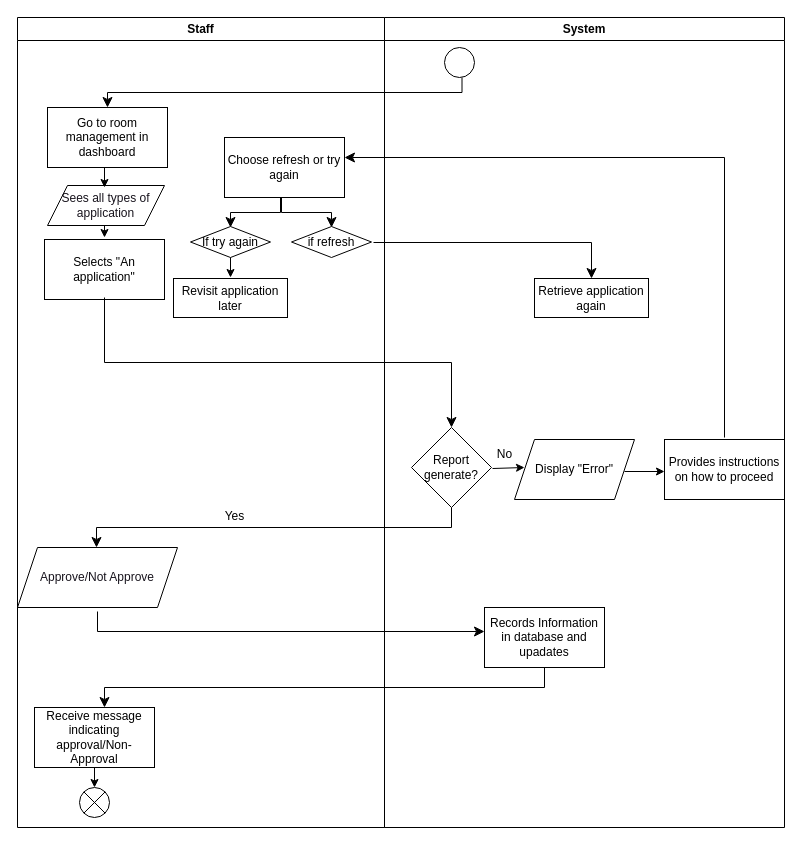
Above: project/drawio/stakeholder/activity diagram/uc15.drawio in drshahizan/software-engineering (draw.io), before the change. Source tidied: cells renumbered, new cells numbered last; positions are measured from the earlier drawing's top-left corner, leaving out a move shared by most shapes. Both pictures are drawn from the tidied source at 100%, with x=0, y=0 at pixel (17, 17).
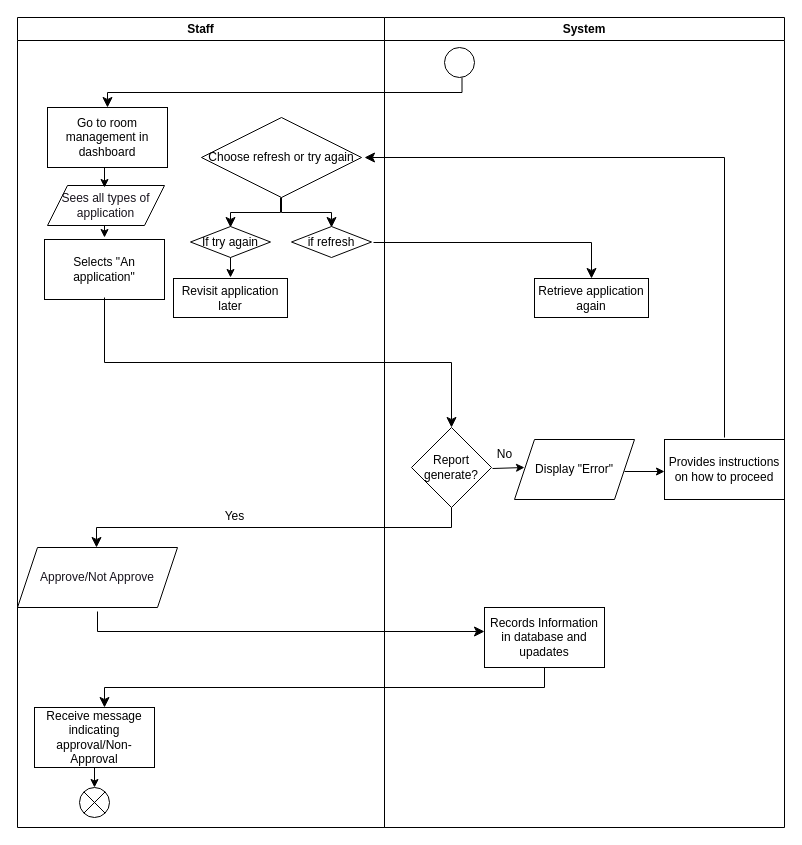
After the change.

Diff of the diagram source:
```diff
@@
     <mxCell id="17" style="edgeStyle=elbowEdgeStyle;elbow=vertical;endArrow=classic;html=1;curved=0;rounded=0;endSize=8;startSize=8;" parent="1" edge="1">
       <mxGeometry relative="1" as="geometry">
         <mxPoint x="707" y="420" as="sourcePoint" />
-        <mxPoint x="327" y="140" as="targetPoint" />
+        <mxPoint x="347" y="140" as="targetPoint" />
         <Array as="points">
           <mxPoint x="517" y="140" />
         </Array>
       </mxGeometry>
     </mxCell>
-    <mxCell id="18" value="Choose refresh or try again" style="rounded=0;whiteSpace=wrap;html=1;" parent="1" vertex="1">
-      <mxGeometry x="207" y="120" width="120" height="60" as="geometry" />
+    <mxCell id="18" value="Choose refresh or try again" style="rhombus;whiteSpace=wrap;html=1;fontFamily=Helvetica;fontSize=12;fontColor=default;align=center;strokeColor=default;fillColor=default;" parent="1" vertex="1">
+      <mxGeometry x="184" y="100" width="160" height="80" as="geometry" />
     </mxCell>
```
